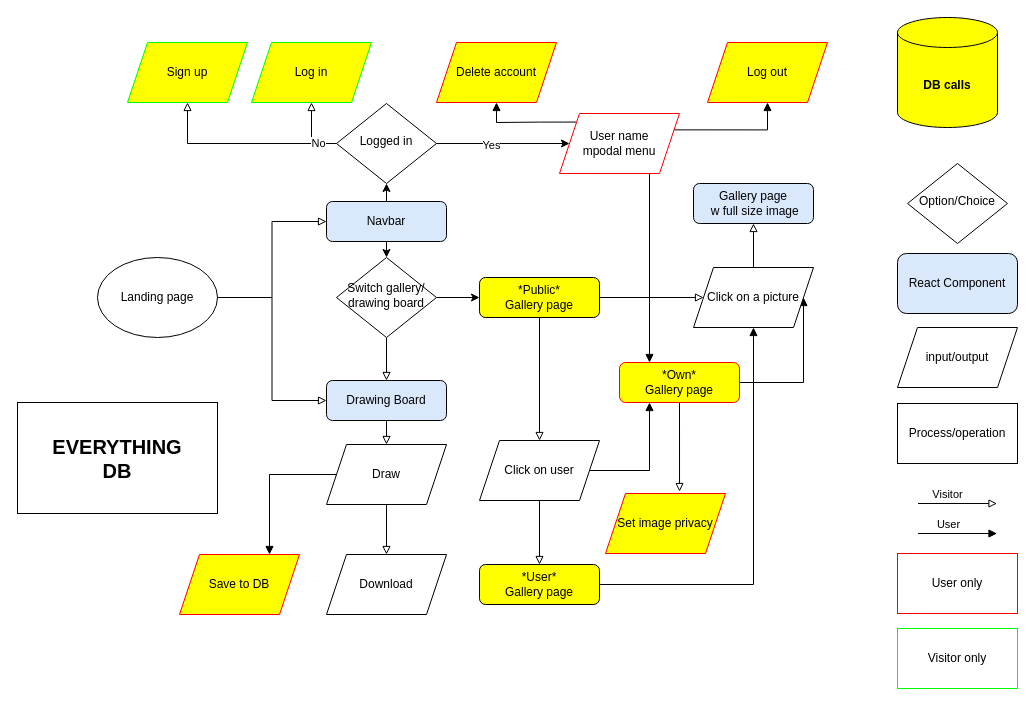
The draw.io diagram page "DB" (6 of 7) of pixel/user_stories.drawio in damien-rembert/diagrams, before the edit. Source tidied: cells renumbered, new cells numbered last; positions are measured from the earlier drawing's top-left corner, leaving out a move shared by most shapes. Both pictures are drawn from the tidied source at 100%, with x=0, y=0 at pixel (17, 17).
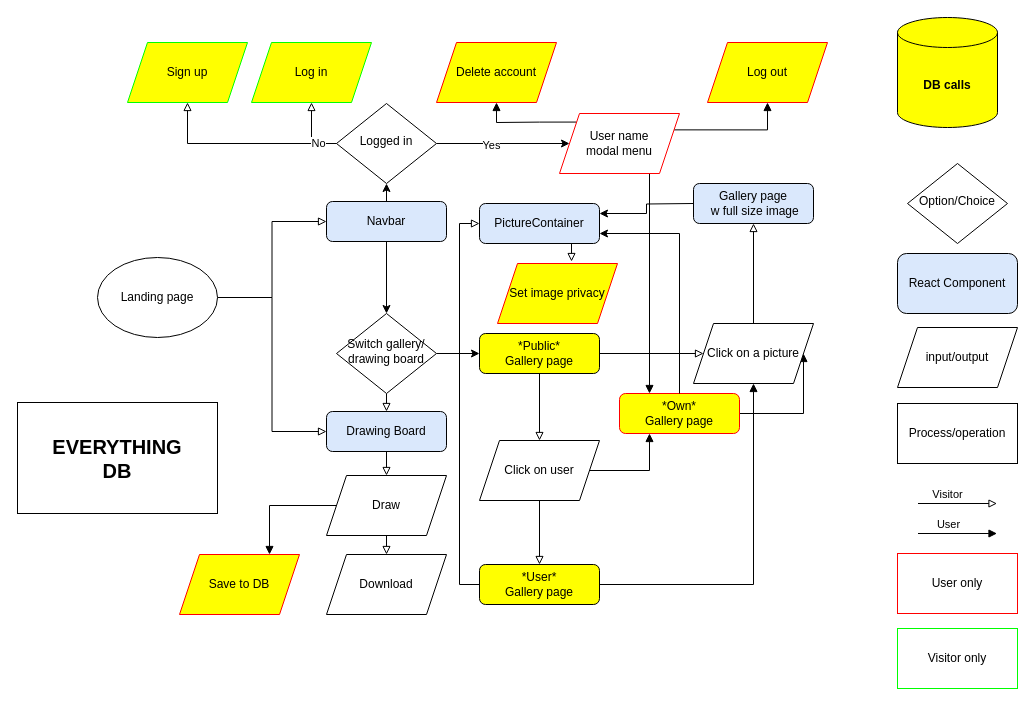
Above is the later version.

Commit message (it also covers changes not shown here):
Corrected mpodal in user_stories.drawio

The change refers to these unchanged cells:
```xml
<mxCell id="15" value="&lt;div&gt;*User*&lt;/div&gt;&lt;div&gt;Gallery page&lt;/div&gt;" style="rounded=1;whiteSpace=wrap;html=1;fontSize=12;glass=0;strokeWidth=1;shadow=0;fillColor=#FFFF00;strokeColor=#000000;" parent="1" vertex="1">
  <mxGeometry x="462" y="547" width="120" height="40" as="geometry" />
</mxCell>
```

Diff of the diagram source:
```diff
@@
     <mxCell id="4" value="&lt;div&gt;Drawing Board&lt;/div&gt;" style="rounded=1;whiteSpace=wrap;html=1;fontSize=12;glass=0;strokeWidth=1;shadow=0;fillColor=#dae8fc;strokeColor=#000000;" parent="1" vertex="1">
-      <mxGeometry x="309" y="363" width="120" height="40" as="geometry" />
+      <mxGeometry x="309" y="394" width="120" height="40" as="geometry" />
     </mxCell>
@@
     <mxCell id="7" value="&lt;div&gt;Switch gallery/&lt;/div&gt;&lt;div&gt;drawing board&lt;/div&gt;" style="rhombus;whiteSpace=wrap;html=1;shadow=0;fontFamily=Helvetica;fontSize=12;align=center;strokeWidth=1;spacing=6;spacingTop=-4;" parent="1" vertex="1">
-      <mxGeometry x="319" y="240" width="100" height="80" as="geometry" />
+      <mxGeometry x="319" y="296" width="100" height="80" as="geometry" />
     </mxCell>
@@
     <mxCell id="10" value="*Public*&lt;br&gt;&lt;div&gt;Gallery page&lt;/div&gt;" style="rounded=1;whiteSpace=wrap;html=1;fontSize=12;glass=0;strokeWidth=1;shadow=0;fillColor=#FFFF00;" parent="1" vertex="1">
-      <mxGeometry x="462" y="260" width="120" height="40" as="geometry" />
+      <mxGeometry x="462" y="316" width="120" height="40" as="geometry" />
     </mxCell>
@@
-    <mxCell id="16" style="edgeStyle=orthogonalEdgeStyle;rounded=0;jettySize=auto;html=1;exitX=0.5;exitY=1;exitDx=0;exitDy=0;entryX=0.617;entryY=-0.033;entryDx=0;entryDy=0;endArrow=block;endFill=0;entryPerimeter=0;" parent="1" edge="1" source="18" target="31">
+    <mxCell id="16" style="edgeStyle=orthogonalEdgeStyle;rounded=0;jettySize=auto;html=1;entryX=0.617;entryY=-0.033;entryDx=0;entryDy=0;endArrow=block;endFill=0;entryPerimeter=0;exitX=0.75;exitY=1;exitDx=0;exitDy=0;" parent="1" edge="1" source="62" target="31">
       <mxGeometry relative="1" as="geometry" />
     </mxCell>
@@
     <mxCell id="18" value="&lt;div&gt;*Own* &lt;br&gt;&lt;/div&gt;&lt;div&gt;Gallery page&lt;/div&gt;" style="rounded=1;whiteSpace=wrap;html=1;fontSize=12;glass=0;strokeWidth=1;shadow=0;fillColor=#FFFF00;strokeColor=#FF0000;" parent="1" vertex="1">
-      <mxGeometry x="602" y="345" width="120" height="40" as="geometry" />
+      <mxGeometry x="602" y="376" width="120" height="40" as="geometry" />
     </mxCell>
@@
     <mxCell id="30" value="&lt;div&gt;Click on a picture&lt;/div&gt;" style="shape=parallelogram;perimeter=parallelogramPerimeter;whiteSpace=wrap;html=1;fixedSize=1;" parent="1" vertex="1">
-      <mxGeometry x="676" y="250" width="120" height="60" as="geometry" />
+      <mxGeometry x="676" y="306" width="120" height="60" as="geometry" />
     </mxCell>
     <mxCell id="31" value="Set image privacy" style="shape=parallelogram;perimeter=parallelogramPerimeter;whiteSpace=wrap;html=1;fixedSize=1;strokeColor=#FF0000;fillColor=#FFFF00;" parent="1" vertex="1">
-      <mxGeometry x="588" y="476" width="120" height="60" as="geometry" />
+      <mxGeometry x="480" y="246" width="120" height="60" as="geometry" />
     </mxCell>
@@
-    <mxCell id="34" value="&lt;div&gt;User name&lt;/div&gt;&lt;div&gt;mpodal menu&lt;br&gt;&lt;/div&gt;" style="shape=parallelogram;perimeter=parallelogramPerimeter;whiteSpace=wrap;html=1;fixedSize=1;strokeColor=#FF0000;" parent="1" vertex="1">
+    <mxCell id="34" value="&lt;div&gt;User name&lt;/div&gt;&lt;div&gt;modal menu&lt;br&gt;&lt;/div&gt;" style="shape=parallelogram;perimeter=parallelogramPerimeter;whiteSpace=wrap;html=1;fixedSize=1;strokeColor=#FF0000;" parent="1" vertex="1">
       <mxGeometry x="542" y="96" width="120" height="60" as="geometry" />
     </mxCell>
@@
     <mxCell id="38" value="Draw" style="shape=parallelogram;perimeter=parallelogramPerimeter;whiteSpace=wrap;html=1;fixedSize=1;" parent="1" vertex="1">
-      <mxGeometry x="309" y="427" width="120" height="60" as="geometry" />
+      <mxGeometry x="309" y="458" width="120" height="60" as="geometry" />
     </mxCell>
@@
+    <mxCell id="59" style="edgeStyle=orthogonalEdgeStyle;rounded=0;jettySize=auto;html=1;entryX=0;entryY=0.5;entryDx=0;entryDy=0;exitX=0;exitY=0.5;exitDx=0;exitDy=0;endArrow=block;endFill=0;" parent="1" edge="1" source="15" target="62">
+      <mxGeometry relative="1" as="geometry" />
+    </mxCell>
+    <mxCell id="60" style="edgeStyle=orthogonalEdgeStyle;rounded=0;jettySize=auto;html=1;entryX=1;entryY=0.75;entryDx=0;entryDy=0;exitX=0.5;exitY=0;exitDx=0;exitDy=0;" parent="1" edge="1" source="18" target="62">
+      <mxGeometry relative="1" as="geometry" />
+    </mxCell>
+    <mxCell id="61" style="edgeStyle=orthogonalEdgeStyle;rounded=0;jettySize=auto;html=1;exitX=0;exitY=0.5;exitDx=0;exitDy=0;entryX=1;entryY=0.25;entryDx=0;entryDy=0;" parent="1" edge="1" target="62">
+      <mxGeometry relative="1" as="geometry">
+        <mxPoint x="676" y="186" as="sourcePoint" />
+      </mxGeometry>
+    </mxCell>
+    <mxCell id="62" value="PictureContainer" style="rounded=1;whiteSpace=wrap;html=1;fontSize=12;glass=0;strokeWidth=1;shadow=0;fillColor=#dae8fc;strokeColor=#000000;" parent="1" vertex="1">
+      <mxGeometry x="462" y="186" width="120" height="40" as="geometry" />
+    </mxCell>
```
